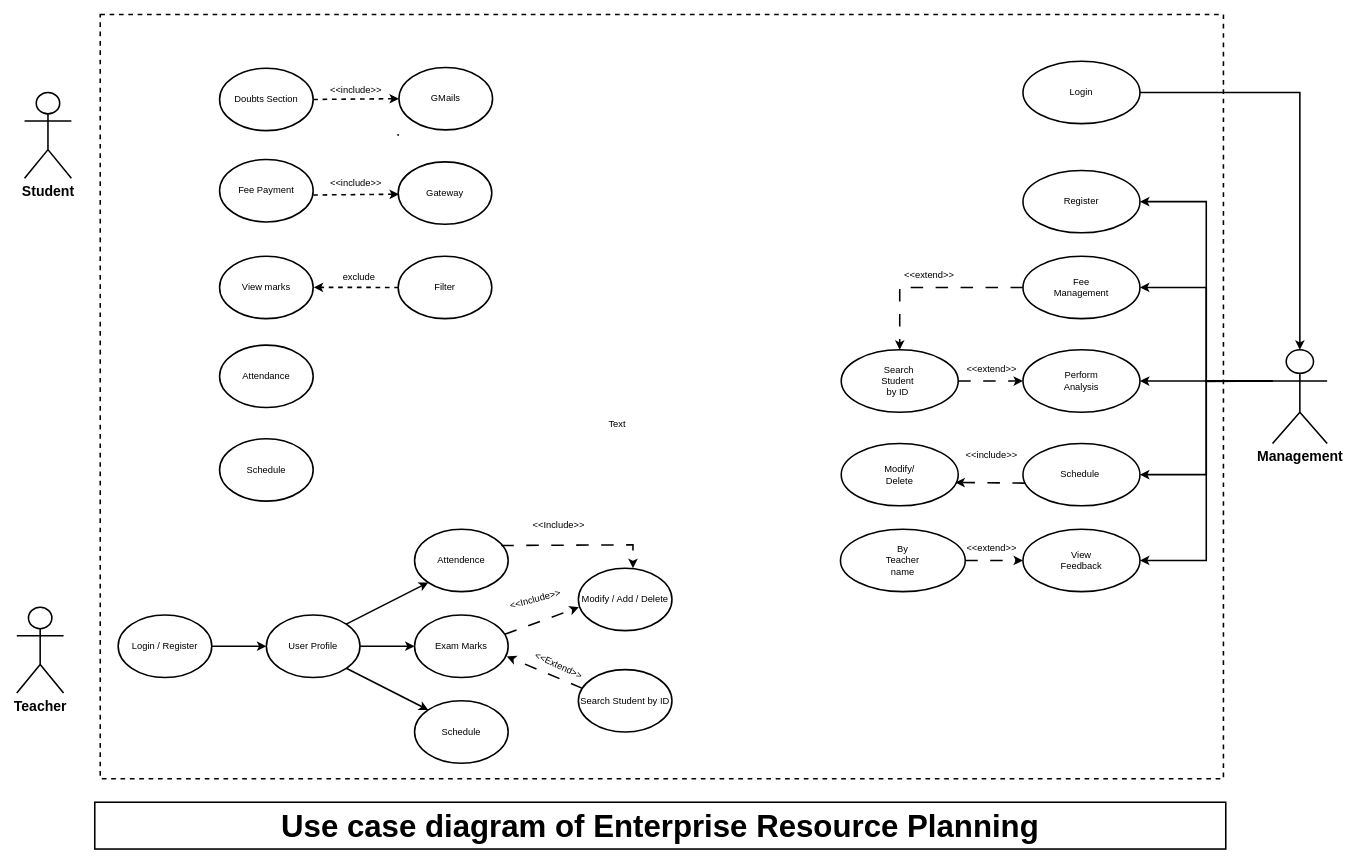
Earlier version of the draw.io diagram Untitled Diagram.drawio (Sumanth-Siddareddy/Enterprise-Resource-Planning). Source tidied: cells renumbered, new cells numbered last; positions are measured from the earlier drawing's top-left corner, leaving out a move shared by most shapes. Both pictures are drawn from the tidied source at 78%, with x=0, y=0 at pixel (16, 14).
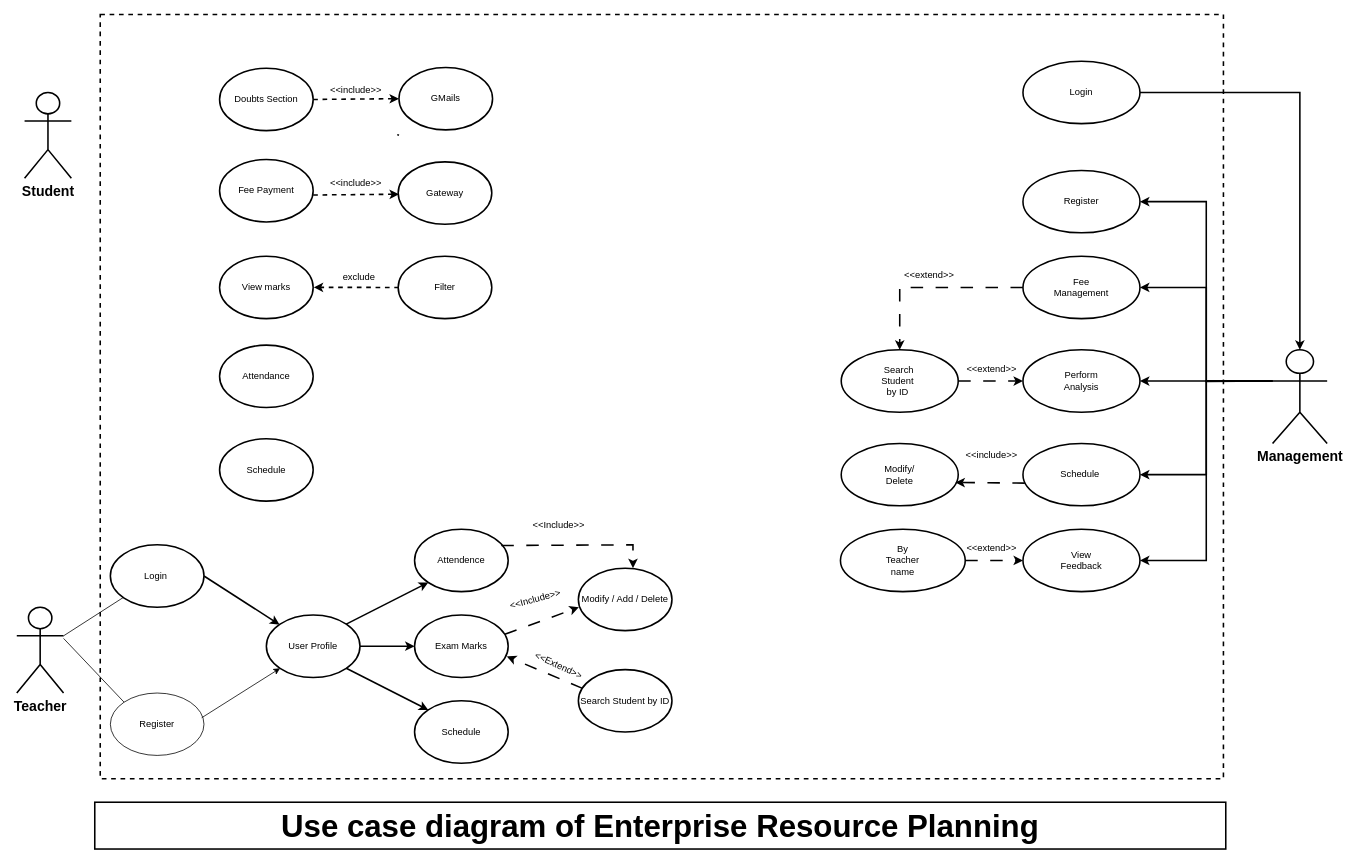
Above is the later version.

The change refers to these unchanged cells:
```xml
<mxCell id="5" value="Teacher" style="shape=umlActor;verticalLabelPosition=bottom;verticalAlign=top;html=1;outlineConnect=0;fontStyle=1;labelBackgroundColor=none;fontSize=18;strokeWidth=2;" parent="1" vertex="1">
  <mxGeometry y="760" width="60" height="110" as="geometry" />
</mxCell>
<mxCell id="22" value="User Profile" style="ellipse;whiteSpace=wrap;html=1;strokeWidth=2;" parent="1" vertex="1">
  <mxGeometry x="320" y="770" width="120" height="80" as="geometry" />
</mxCell>
```

What changed in the source:
```diff
@@
-    <mxCell id="17" value="Login / Register" style="ellipse;whiteSpace=wrap;html=1;strokeWidth=2;" parent="1" vertex="1">
-      <mxGeometry x="130" y="770" width="120" height="80" as="geometry" />
+    <mxCell id="17" value="Login&amp;nbsp;" style="ellipse;whiteSpace=wrap;html=1;strokeWidth=2;" parent="1" vertex="1">
+      <mxGeometry x="120" y="680" width="120" height="80" as="geometry" />
     </mxCell>
@@
-    <mxCell id="43" value="Text" style="text;html=1;align=center;verticalAlign=middle;whiteSpace=wrap;rounded=0;strokeWidth=2;" parent="1" vertex="1">
-      <mxGeometry x="740" y="510" width="60" height="30" as="geometry" />
-    </mxCell>
@@
+    <mxCell id="73" value="Register" style="ellipse;whiteSpace=wrap;html=1;" parent="1" vertex="1">
+      <mxGeometry x="120" y="870" width="120" height="80" as="geometry" />
+    </mxCell>
+    <mxCell id="74" style="endArrow=classic;html=1;rounded=0;entryX=0;entryY=1;entryDx=0;entryDy=0;exitX=0.975;exitY=0.397;exitDx=0;exitDy=0;exitPerimeter=0;" parent="1" edge="1" source="73" target="22">
+      <mxGeometry relative="1" as="geometry" />
+    </mxCell>
+    <mxCell id="75" style="endArrow=none;html=1;rounded=0;exitX=1;exitY=0.3333333333333333;exitDx=0;exitDy=0;exitPerimeter=0;" parent="1" edge="1" source="5" target="17">
+      <mxGeometry relative="1" as="geometry" />
+    </mxCell>
+    <mxCell id="76" style="endArrow=none;html=1;rounded=0;entryX=0;entryY=0;entryDx=0;entryDy=0;" parent="1" edge="1" target="73">
+      <mxGeometry relative="1" as="geometry">
+        <mxPoint x="60" y="800" as="sourcePoint" />
+      </mxGeometry>
+    </mxCell>
```
